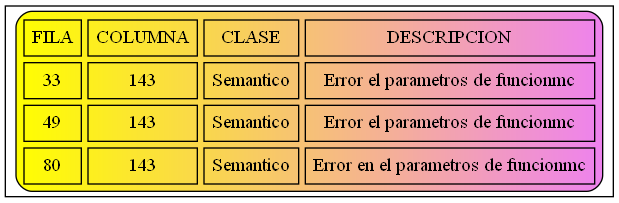
Earlier version of the Graphviz export Errores.png (JoseMore99/OLC2_P1_201701015). Its source is kept beside it as Errores.dot.
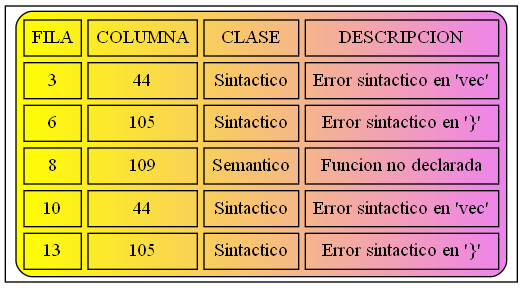
Above is the later version.

Diff of the diagram source:
```diff
@@ -2,8 +2,10 @@
 node [shape=record];
 a0 [label=<<TABLE border="1" cellspacing="5" cellpadding="5" style="rounded" bgcolor="yellow:violet">
 "<TR><TD>FILA</TD><TD>COLUMNA</TD><TD>CLASE</TD><TD>DESCRIPCION</TD></TR>
-<TR><TD>33</TD><TD>143</TD><TD>Semantico</TD><TD>Error el parametros de funcionmc</TD></TR>
-<TR><TD>49</TD><TD>143</TD><TD>Semantico</TD><TD>Error el parametros de funcionmc</TD></TR>
-<TR><TD>80</TD><TD>143</TD><TD>Semantico</TD><TD>Error en el parametros de funcionmc</TD></TR>
+<TR><TD>3</TD><TD>44</TD><TD>Sintactico</TD><TD>Error sintactico en 'vec'</TD></TR>
+<TR><TD>6</TD><TD>105</TD><TD>Sintactico</TD><TD>Error sintactico en '\}'</TD></TR>
+<TR><TD>8</TD><TD>109</TD><TD>Semantico</TD><TD>Funcion no declarada</TD></TR>
+<TR><TD>10</TD><TD>44</TD><TD>Sintactico</TD><TD>Error sintactico en 'vec'</TD></TR>
+<TR><TD>13</TD><TD>105</TD><TD>Sintactico</TD><TD>Error sintactico en '\}'</TD></TR>
 </TABLE>>];
 }
```
